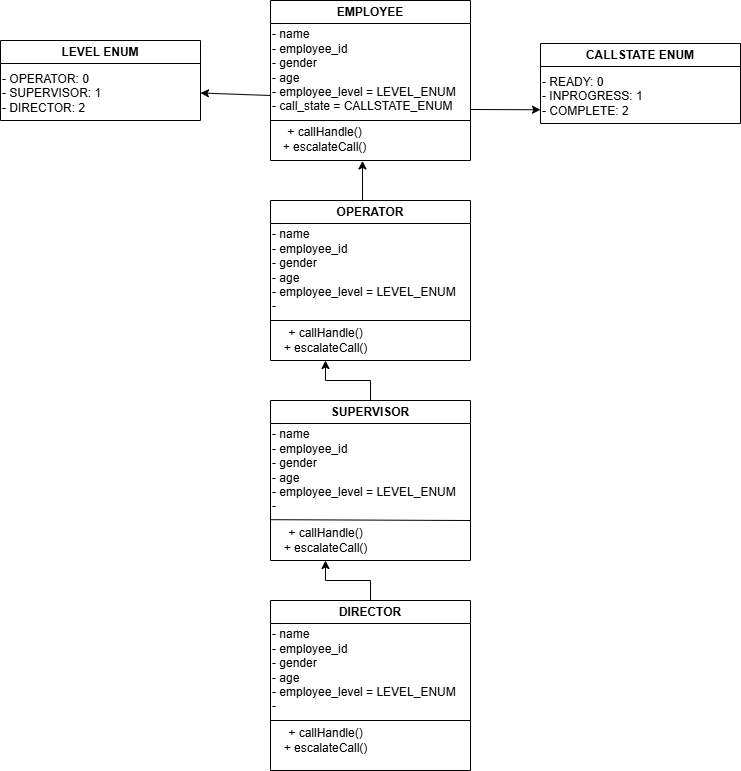
This is Class_Diagram_and_Implementation/CallCenter/call_center.drawio.png from ashu7mishra/LLD, a draw.io export, as it was before one commit. Source tidied: cells renumbered, new cells last; positions are measured from the earlier drawing's top-left corner, leaving out a move shared by most shapes.
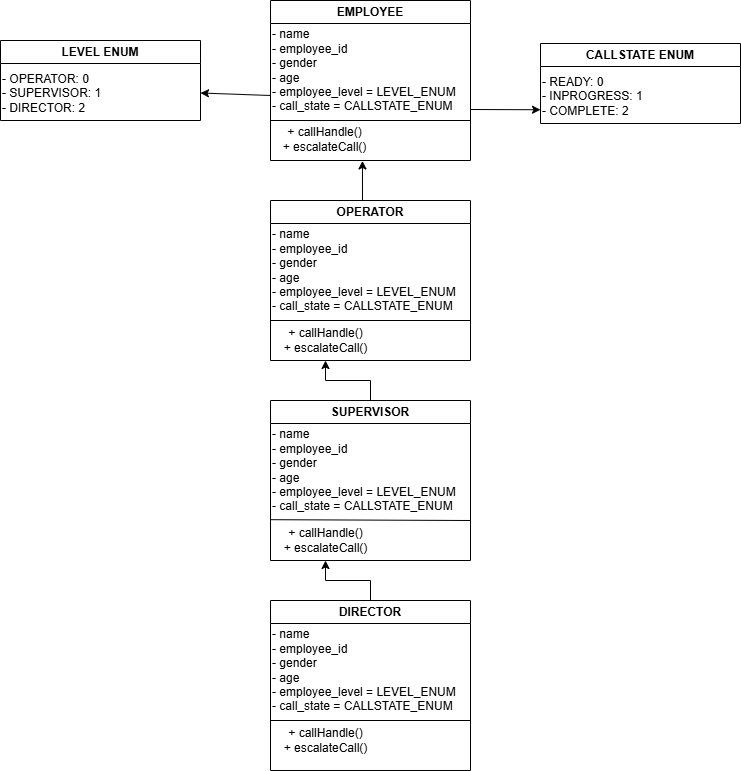
After the commit.

What changed in the source:
```diff
@@ -11,7 +11,7 @@
     <mxCell id="4" value="OPERATOR" style="swimlane;whiteSpace=wrap;html=1;align=center;" parent="1" vertex="1">
       <mxGeometry x="270" y="200" width="200" height="160" as="geometry" />
     </mxCell>
-    <mxCell id="5" value="- name&lt;div&gt;- employee_id&lt;/div&gt;&lt;div&gt;- gender&lt;/div&gt;&lt;div&gt;- age&lt;/div&gt;&lt;div&gt;- employee_level = LEVEL_ENUM&lt;/div&gt;&lt;div&gt;-&amp;nbsp;&lt;/div&gt;" style="text;html=1;align=left;verticalAlign=middle;whiteSpace=wrap;rounded=0;" parent="4" vertex="1">
+    <mxCell id="5" value="- name&lt;div&gt;- employee_id&lt;/div&gt;&lt;div&gt;- gender&lt;/div&gt;&lt;div&gt;- age&lt;/div&gt;&lt;div&gt;- employee_level = LEVEL_ENUM&lt;/div&gt;&lt;div&gt;-&amp;nbsp;&lt;span style=&quot;background-color: transparent; color: light-dark(rgb(0, 0, 0), rgb(255, 255, 255));&quot;&gt;call_state = CALLSTATE_ENUM&lt;/span&gt;&lt;/div&gt;" style="text;html=1;align=left;verticalAlign=middle;whiteSpace=wrap;rounded=0;" parent="4" vertex="1">
       <mxGeometry y="20" width="200" height="100" as="geometry" />
     </mxCell>
     <mxCell id="6" style="endArrow=none;html=1;rounded=0;exitX=0;exitY=1;exitDx=0;exitDy=0;entryX=1;entryY=1;entryDx=0;entryDy=0;" parent="4" edge="1" source="5" target="5">
@@ -26,7 +26,7 @@
     <mxCell id="9" value="SUPERVISOR" style="swimlane;whiteSpace=wrap;html=1;align=center;" parent="1" vertex="1">
       <mxGeometry x="270" y="400" width="200" height="160" as="geometry" />
     </mxCell>
-    <mxCell id="10" value="- name&lt;div&gt;- employee_id&lt;/div&gt;&lt;div&gt;- gender&lt;/div&gt;&lt;div&gt;- age&lt;/div&gt;&lt;div&gt;- employee_level = LEVEL_ENUM&lt;/div&gt;&lt;div&gt;-&amp;nbsp;&lt;/div&gt;" style="text;html=1;align=left;verticalAlign=middle;whiteSpace=wrap;rounded=0;" parent="9" vertex="1">
+    <mxCell id="10" value="- name&lt;div&gt;- employee_id&lt;/div&gt;&lt;div&gt;- gender&lt;/div&gt;&lt;div&gt;- age&lt;/div&gt;&lt;div&gt;- employee_level = LEVEL_ENUM&lt;/div&gt;&lt;div&gt;-&amp;nbsp;&lt;span style=&quot;background-color: transparent; color: light-dark(rgb(0, 0, 0), rgb(255, 255, 255));&quot;&gt;call_state = CALLSTATE_ENUM&lt;/span&gt;&lt;/div&gt;" style="text;html=1;align=left;verticalAlign=middle;whiteSpace=wrap;rounded=0;" parent="9" vertex="1">
       <mxGeometry y="20" width="200" height="100" as="geometry" />
     </mxCell>
     <mxCell id="11" style="endArrow=none;html=1;rounded=0;exitX=-0.004;exitY=-0.027;exitDx=0;exitDy=0;exitPerimeter=0;entryX=1;entryY=1;entryDx=0;entryDy=0;" parent="9" edge="1" target="10">
@@ -43,7 +43,7 @@
     <mxCell id="14" value="DIRECTOR" style="swimlane;whiteSpace=wrap;html=1;align=center;" parent="1" vertex="1">
       <mxGeometry x="270" y="600" width="200" height="170" as="geometry" />
     </mxCell>
-    <mxCell id="15" value="- name&lt;div&gt;- employee_id&lt;/div&gt;&lt;div&gt;- gender&lt;/div&gt;&lt;div&gt;- age&lt;/div&gt;&lt;div&gt;- employee_level = LEVEL_ENUM&lt;/div&gt;&lt;div&gt;-&amp;nbsp;&lt;/div&gt;" style="text;html=1;align=left;verticalAlign=middle;whiteSpace=wrap;rounded=0;" parent="14" vertex="1">
+    <mxCell id="15" value="- name&lt;div&gt;- employee_id&lt;/div&gt;&lt;div&gt;- gender&lt;/div&gt;&lt;div&gt;- age&lt;/div&gt;&lt;div&gt;- employee_level = LEVEL_ENUM&lt;/div&gt;&lt;div&gt;-&amp;nbsp;&lt;span style=&quot;background-color: transparent; color: light-dark(rgb(0, 0, 0), rgb(255, 255, 255));&quot;&gt;call_state = CALLSTATE_ENUM&lt;/span&gt;&lt;/div&gt;" style="text;html=1;align=left;verticalAlign=middle;whiteSpace=wrap;rounded=0;" parent="14" vertex="1">
       <mxGeometry y="20" width="200" height="100" as="geometry" />
     </mxCell>
     <mxCell id="16" style="endArrow=none;html=1;rounded=0;exitX=0;exitY=1;exitDx=0;exitDy=0;entryX=1;entryY=1;entryDx=0;entryDy=0;" parent="14" edge="1" source="15" target="15">
```
